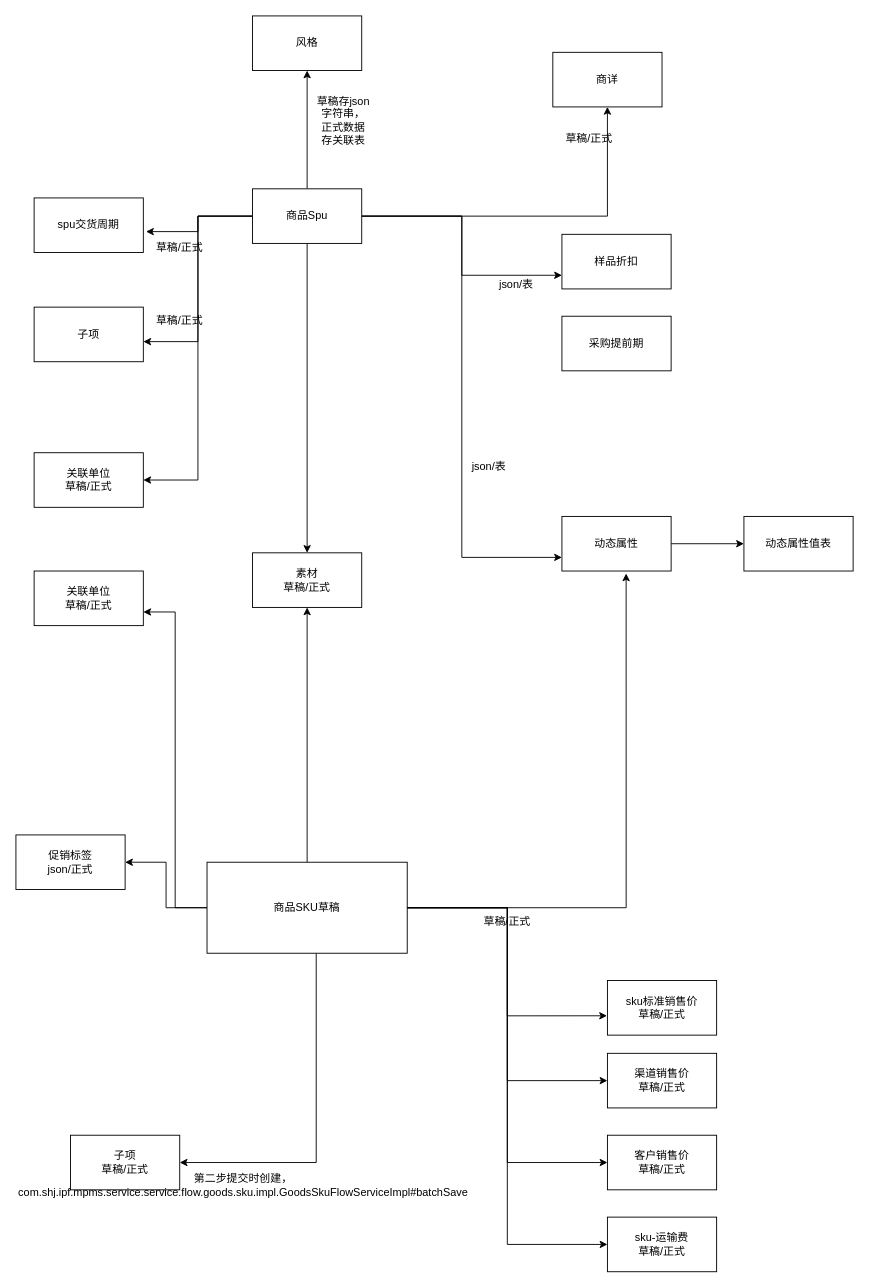
1846872430/shj_chart keeps this draw.io diagram as 商品打包逻辑梳理草稿.drawio. Above is the earlier version. Source tidied: cells renumbered, new cells numbered last; positions are measured from the earlier drawing's top-left corner, leaving out a move shared by most shapes. Both pictures are drawn from the tidied source at 91%, with x=0, y=0 at pixel (15, 15).
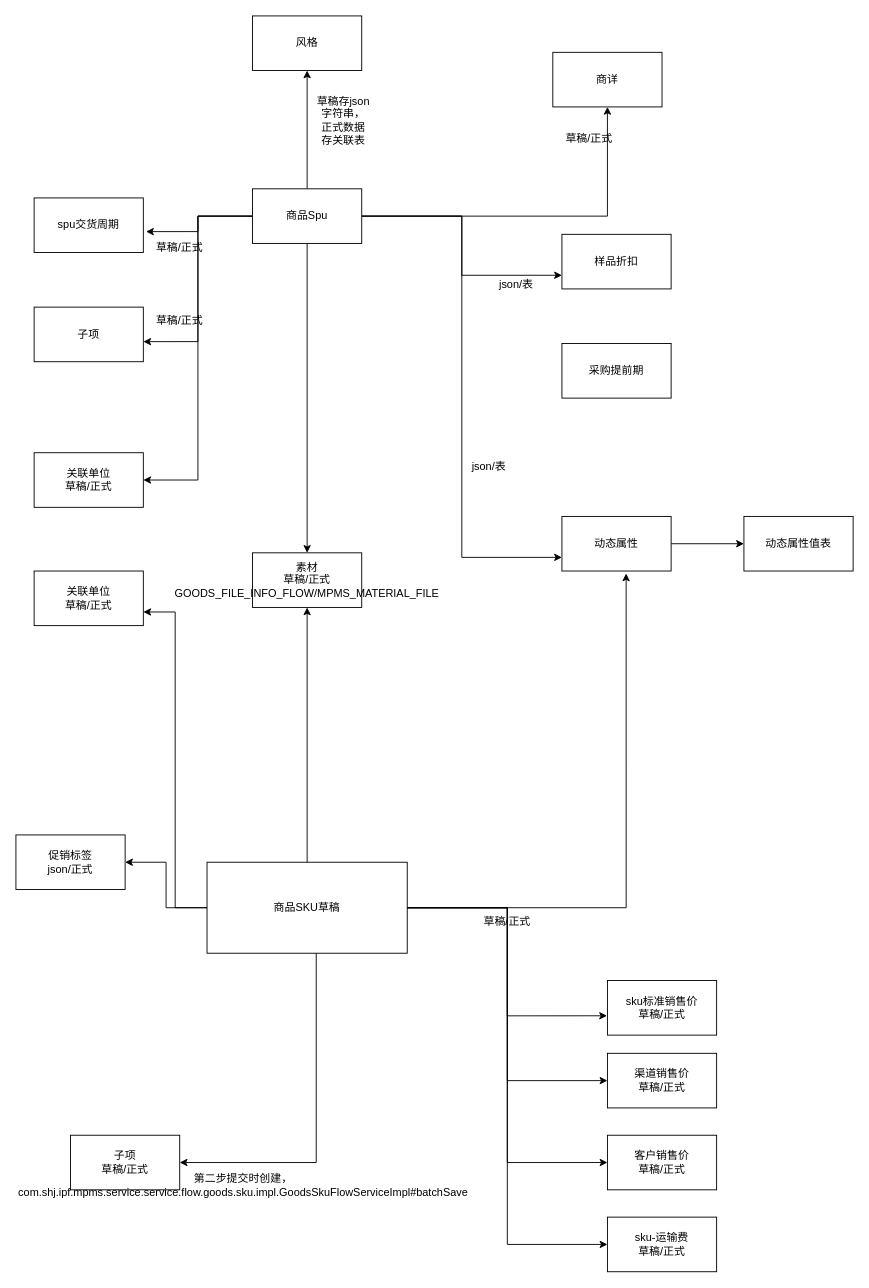
After the change.

Commit message:
更新商品打包逻辑梳理草稿.drawio

What changed in the source:
```diff
@@
-    <mxCell id="11" value="素材&lt;br&gt;草稿/正式" style="rounded=0;whiteSpace=wrap;html=1;" parent="1" vertex="1">
+    <mxCell id="11" value="素材&lt;br&gt;草稿/正式&lt;div&gt;GOODS_FILE_INFO_FLOW/MPMS_MATERIAL_FILE&lt;/div&gt;" style="rounded=0;whiteSpace=wrap;html=1;" parent="1" vertex="1">
       <mxGeometry x="260" y="590" width="120" height="60" as="geometry" />
     </mxCell>
@@
     <mxCell id="28" value="采购提前期" style="rounded=0;whiteSpace=wrap;html=1;" parent="1" vertex="1">
-      <mxGeometry x="600" y="330" width="120" height="60" as="geometry" />
+      <mxGeometry x="600" y="360" width="120" height="60" as="geometry" />
     </mxCell>
```
